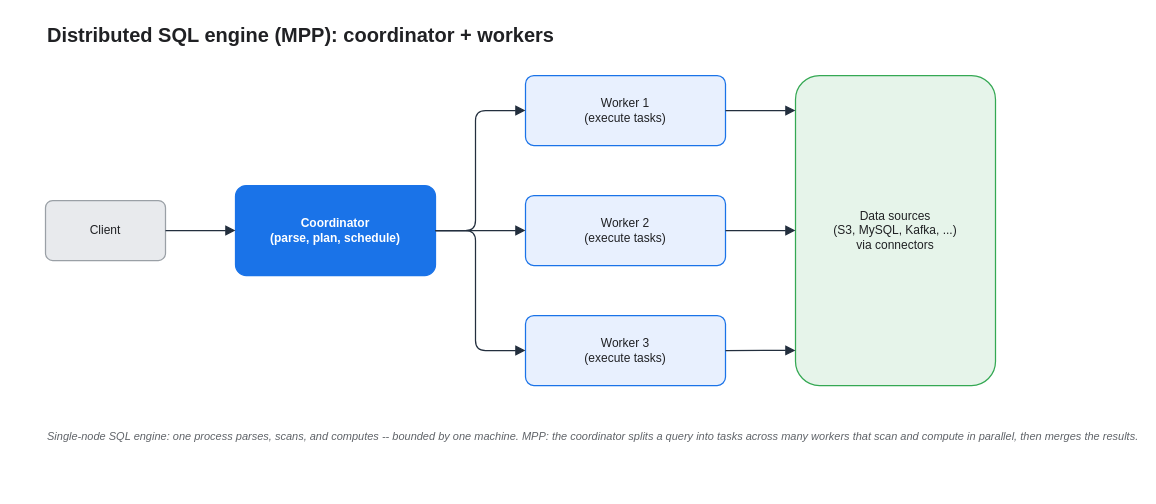
Earlier version of the draw.io diagram assets/img/aws/analytics-stack-03-distributed-sql-mpp.drawio (KKamJi98/kkamji98.github.io). Source tidied: cells renumbered, new cells numbered last; positions are measured from the earlier drawing's top-left corner, leaving out a move shared by most shapes. Both pictures are drawn from the tidied source at 100%, with x=0, y=0 at pixel (45, 19).
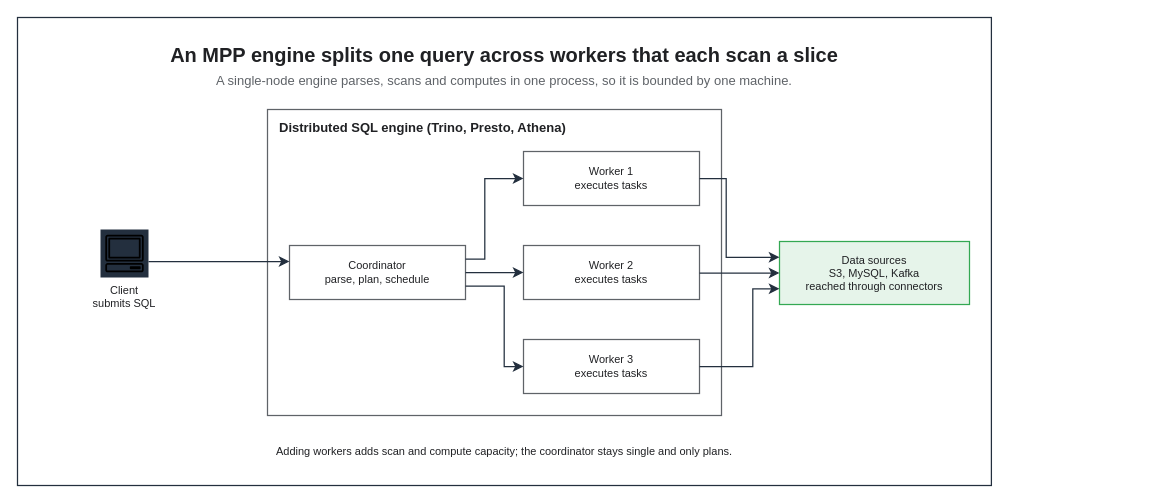
After the change.

Change to the diagram source:
```diff
@@
+    <mxCell id="17" style="rounded=0;html=0;fillColor=none;strokeColor=#232F3E;fontColor=#202124;strokeWidth=1.25;" parent="1" vertex="1">
+      <mxGeometry x="-28" y="-2" width="973.9" height="468" as="geometry" />
+    </mxCell>
-    <mxCell id="2" value="Distributed SQL engine (MPP): coordinator + workers" style="text;html=0;align=left;verticalAlign=middle;fontColor=#202124;fontStyle=1;fontSize=20;" parent="1" vertex="1">
-      <mxGeometry width="900" height="28" as="geometry" />
+    <mxCell id="2" value="An MPP engine splits one query across workers that each scan a slice" style="text;html=0;whiteSpace=wrap;fillColor=none;strokeColor=none;fontColor=#202124;fontSize=20;fontStyle=1;align=center;verticalAlign=middle;" parent="1" vertex="1">
+      <mxGeometry x="-6" y="20" width="929.9" height="30" as="geometry" />
     </mxCell>
+    <mxCell id="18" value="A single-node engine parses, scans and computes in one process, so it is bounded by one machine." style="text;html=0;whiteSpace=wrap;fillColor=none;strokeColor=none;fontColor=#5F6368;fontSize=13;fontStyle=0;align=center;verticalAlign=middle;" parent="1" vertex="1">
+      <mxGeometry x="-6" y="50" width="929.9" height="22" as="geometry" />
+    </mxCell>
+    <mxCell id="19" value="Distributed SQL engine (Trino, Presto, Athena)" style="rounded=0;whiteSpace=wrap;html=0;fillColor=none;strokeColor=#5F6368;fontColor=#202124;fontSize=13;fontStyle=1;align=left;verticalAlign=top;spacingLeft=10;spacingTop=4;strokeWidth=1.25;dashed=0;" parent="1" vertex="1">
+      <mxGeometry x="222" y="90" width="454" height="306" as="geometry" />
+    </mxCell>
-    <mxCell id="3" value="Client" style="rounded=1;whiteSpace=wrap;html=0;arcSize=12;shadow=0;fillColor=#E8EAED;strokeColor=#9AA0A6;fontColor=#202124;strokeWidth=1.25;" parent="1" vertex="1">
-      <mxGeometry y="181" width="120" height="60" as="geometry" />
+    <mxCell id="3" value="Client&#10;submits SQL" style="sketch=0;outlineConnect=0;gradientColor=none;html=0;whiteSpace=nowrap;fontSize=11;fontStyle=0;fontColor=#202124;verticalLabelPosition=bottom;verticalAlign=top;align=center;labelBackgroundColor=none;fillColor=#232F3E;strokeColor=none;dashed=0;shape=mxgraph.aws4.resourceIcon;resIcon=mxgraph.aws4.client;" parent="1" vertex="1">
+      <mxGeometry x="55" y="210" width="48" height="48" as="geometry" />
     </mxCell>
-    <mxCell id="4" value="Coordinator&#10;(parse, plan, schedule)" style="rounded=1;whiteSpace=wrap;html=0;arcSize=12;shadow=0;fillColor=#1A73E8;strokeColor=#1A73E8;fontColor=#FFFFFF;fontStyle=1;strokeWidth=1.25;" parent="1" vertex="1">
-      <mxGeometry x="190" y="166" width="200" height="90" as="geometry" />
+    <mxCell id="4" value="Coordinator&#10;parse, plan, schedule" style="rounded=0;whiteSpace=wrap;html=0;fillColor=#FFFFFF;strokeColor=#5F6368;fontColor=#202124;fontSize=11;fontStyle=0;align=center;verticalAlign=middle;spacingLeft=6;spacingRight=6;strokeWidth=1.25;" parent="1" vertex="1">
+      <mxGeometry x="244" y="226" width="176" height="54" as="geometry" />
     </mxCell>
-    <mxCell id="5" value="Worker 1&#10;(execute tasks)" style="rounded=1;whiteSpace=wrap;html=0;arcSize=12;shadow=0;fillColor=#E8F0FE;strokeColor=#1A73E8;fontColor=#202124;strokeWidth=1.25;" parent="1" vertex="1">
-      <mxGeometry x="480" y="56" width="200" height="70" as="geometry" />
+    <mxCell id="5" value="Worker 1&#10;executes tasks" style="rounded=0;whiteSpace=wrap;html=0;fillColor=#FFFFFF;strokeColor=#5F6368;fontColor=#202124;fontSize=11;fontStyle=0;align=center;verticalAlign=middle;spacingLeft=6;spacingRight=6;strokeWidth=1.25;" parent="1" vertex="1">
+      <mxGeometry x="478" y="132" width="176" height="54" as="geometry" />
     </mxCell>
-    <mxCell id="6" value="Worker 2&#10;(execute tasks)" style="rounded=1;whiteSpace=wrap;html=0;arcSize=12;shadow=0;fillColor=#E8F0FE;strokeColor=#1A73E8;fontColor=#202124;strokeWidth=1.25;" parent="1" vertex="1">
-      <mxGeometry x="480" y="176" width="200" height="70" as="geometry" />
+    <mxCell id="6" value="Worker 2&#10;executes tasks" style="rounded=0;whiteSpace=wrap;html=0;fillColor=#FFFFFF;strokeColor=#5F6368;fontColor=#202124;fontSize=11;fontStyle=0;align=center;verticalAlign=middle;spacingLeft=6;spacingRight=6;strokeWidth=1.25;" parent="1" vertex="1">
+      <mxGeometry x="478" y="226" width="176" height="54" as="geometry" />
     </mxCell>
-    <mxCell id="7" value="Worker 3&#10;(execute tasks)" style="rounded=1;whiteSpace=wrap;html=0;arcSize=12;shadow=0;fillColor=#E8F0FE;strokeColor=#1A73E8;fontColor=#202124;strokeWidth=1.25;" parent="1" vertex="1">
-      <mxGeometry x="480" y="296" width="200" height="70" as="geometry" />
+    <mxCell id="7" value="Worker 3&#10;executes tasks" style="rounded=0;whiteSpace=wrap;html=0;fillColor=#FFFFFF;strokeColor=#5F6368;fontColor=#202124;fontSize=11;fontStyle=0;align=center;verticalAlign=middle;spacingLeft=6;spacingRight=6;strokeWidth=1.25;" parent="1" vertex="1">
+      <mxGeometry x="478" y="320" width="176" height="54" as="geometry" />
     </mxCell>
-    <mxCell id="8" value="Data sources&#10;(S3, MySQL, Kafka, ...)&#10;via connectors" style="rounded=1;whiteSpace=wrap;html=0;arcSize=12;shadow=0;fillColor=#E6F4EA;strokeColor=#34A853;fontColor=#202124;strokeWidth=1.25;" parent="1" vertex="1">
-      <mxGeometry x="750" y="56" width="200" height="310" as="geometry" />
+    <mxCell id="8" value="Data sources&#10;S3, MySQL, Kafka&#10;reached through connectors" style="rounded=0;whiteSpace=wrap;html=0;fillColor=#E6F4EA;strokeColor=#34A853;fontColor=#202124;fontSize=11;fontStyle=0;align=center;verticalAlign=middle;spacingLeft=6;spacingRight=6;strokeWidth=1.25;" parent="1" vertex="1">
+      <mxGeometry x="734" y="222" width="190" height="63" as="geometry" />
     </mxCell>
+    <mxCell id="16" value="Adding workers adds scan and compute capacity; the coordinator stays single and only plans." style="text;html=0;whiteSpace=wrap;fillColor=none;strokeColor=none;fontColor=#202124;fontSize=11;fontStyle=0;align=center;verticalAlign=middle;" parent="1" vertex="1">
+      <mxGeometry x="-6" y="420" width="930" height="24" as="geometry" />
+    </mxCell>
-    <mxCell id="9" style="edgeStyle=orthogonalEdgeStyle;rounded=1;html=0;fontColor=#202124;strokeColor=#232F3E;labelBackgroundColor=none;endArrow=block;exitX=1;exitY=0.5;exitDx=0;exitDy=0;entryX=0;entryY=0.5;entryDx=0;entryDy=0;strokeWidth=1.25;endSize=7;" parent="1" edge="1" source="3" target="4">
+    <mxCell id="9" style="edgeStyle=orthogonalEdgeStyle;rounded=0;html=0;strokeColor=#232F3E;strokeWidth=1.25;endArrow=classic;endFill=1;endSize=7;fontSize=11;fontColor=#202124;labelBackgroundColor=none;jettySize=14;exitX=1;exitY=0.6667;entryX=0;entryY=0.2963;exitDx=0;exitDy=0;entryDx=0;entryDy=0;" parent="1" edge="1" source="3" target="4">
       <mxGeometry relative="1" as="geometry" />
     </mxCell>
-    <mxCell id="10" style="edgeStyle=orthogonalEdgeStyle;rounded=1;html=0;fontColor=#202124;strokeColor=#232F3E;labelBackgroundColor=none;endArrow=block;exitX=1;exitY=0.5;exitDx=0;exitDy=0;entryX=0;entryY=0.5;entryDx=0;entryDy=0;strokeWidth=1.25;endSize=7;" parent="1" edge="1" source="4" target="5">
+    <mxCell id="10" style="edgeStyle=orthogonalEdgeStyle;rounded=0;html=0;strokeColor=#232F3E;strokeWidth=1.25;endArrow=classic;endFill=1;endSize=7;fontSize=11;fontColor=#202124;labelBackgroundColor=none;jettySize=14;exitX=1;exitY=0.25;entryX=0;entryY=0.5;exitDx=0;exitDy=0;entryDx=0;entryDy=0;" parent="1" edge="1" source="4" target="5">
       <mxGeometry relative="1" as="geometry">
         <Array as="points">
-          <mxPoint x="430" y="211" />
-          <mxPoint x="430" y="91" />
+          <mxPoint x="439.3" y="239.5" />
+          <mxPoint x="439.3" y="159" />
         </Array>
       </mxGeometry>
     </mxCell>
-    <mxCell id="11" style="edgeStyle=orthogonalEdgeStyle;rounded=1;html=0;fontColor=#202124;strokeColor=#232F3E;labelBackgroundColor=none;endArrow=block;exitX=1;exitY=0.5;exitDx=0;exitDy=0;entryX=0;entryY=0.5;entryDx=0;entryDy=0;strokeWidth=1.25;endSize=7;" parent="1" edge="1" source="4" target="6">
+    <mxCell id="11" style="edgeStyle=orthogonalEdgeStyle;rounded=0;html=0;strokeColor=#232F3E;strokeWidth=1.25;endArrow=classic;endFill=1;endSize=7;fontSize=11;fontColor=#202124;labelBackgroundColor=none;jettySize=14;exitX=1;exitY=0.5;entryX=0;entryY=0.5;exitDx=0;exitDy=0;entryDx=0;entryDy=0;" parent="1" edge="1" source="4" target="6">
       <mxGeometry relative="1" as="geometry" />
     </mxCell>
-    <mxCell id="12" style="edgeStyle=orthogonalEdgeStyle;rounded=1;html=0;fontColor=#202124;strokeColor=#232F3E;labelBackgroundColor=none;endArrow=block;exitX=1;exitY=0.5;exitDx=0;exitDy=0;entryX=0;entryY=0.5;entryDx=0;entryDy=0;strokeWidth=1.25;endSize=7;" parent="1" edge="1" source="4" target="7">
+    <mxCell id="12" style="edgeStyle=orthogonalEdgeStyle;rounded=0;html=0;strokeColor=#232F3E;strokeWidth=1.25;endArrow=classic;endFill=1;endSize=7;fontSize=11;fontColor=#202124;labelBackgroundColor=none;jettySize=14;exitX=1;exitY=0.75;entryX=0;entryY=0.5;exitDx=0;exitDy=0;entryDx=0;entryDy=0;" parent="1" edge="1" source="4" target="7">
       <mxGeometry relative="1" as="geometry">
         <Array as="points">
-          <mxPoint x="430" y="211" />
-          <mxPoint x="430" y="331" />
+          <mxPoint x="458.7" y="266.5" />
+          <mxPoint x="458.7" y="347" />
         </Array>
       </mxGeometry>
     </mxCell>
-    <mxCell id="13" style="edgeStyle=orthogonalEdgeStyle;rounded=1;html=0;fontColor=#202124;strokeColor=#232F3E;labelBackgroundColor=none;endArrow=block;exitX=1;exitY=0.5;exitDx=0;exitDy=0;entryX=0;entryY=0.113;entryDx=0;entryDy=0;strokeWidth=1.25;endSize=7;" parent="1" edge="1" source="5" target="8">
-      <mxGeometry relative="1" as="geometry" />
+    <mxCell id="13" style="edgeStyle=orthogonalEdgeStyle;rounded=0;html=0;strokeColor=#232F3E;strokeWidth=1.25;endArrow=classic;endFill=1;endSize=7;fontSize=11;fontColor=#202124;labelBackgroundColor=none;jettySize=14;exitX=1;exitY=0.5;entryX=0;entryY=0.25;exitDx=0;exitDy=0;entryDx=0;entryDy=0;" parent="1" edge="1" source="5" target="8">
+      <mxGeometry relative="1" as="geometry">
+        <Array as="points">
+          <mxPoint x="680.7" y="159" />
+          <mxPoint x="680.7" y="237.8" />
+        </Array>
+      </mxGeometry>
     </mxCell>
-    <mxCell id="14" style="edgeStyle=orthogonalEdgeStyle;rounded=1;html=0;fontColor=#202124;strokeColor=#232F3E;labelBackgroundColor=none;endArrow=block;exitX=1;exitY=0.5;exitDx=0;exitDy=0;entryX=0;entryY=0.5;entryDx=0;entryDy=0;strokeWidth=1.25;endSize=7;" parent="1" edge="1" source="6" target="8">
+    <mxCell id="14" style="edgeStyle=orthogonalEdgeStyle;rounded=0;html=0;strokeColor=#232F3E;strokeWidth=1.25;endArrow=classic;endFill=1;endSize=7;fontSize=11;fontColor=#202124;labelBackgroundColor=none;jettySize=14;exitX=1;exitY=0.5093;entryX=0;entryY=0.5;exitDx=0;exitDy=0;entryDx=0;entryDy=0;" parent="1" edge="1" source="6" target="8">
       <mxGeometry relative="1" as="geometry" />
     </mxCell>
-    <mxCell id="15" style="edgeStyle=orthogonalEdgeStyle;rounded=1;html=0;fontColor=#202124;strokeColor=#232F3E;labelBackgroundColor=none;endArrow=block;exitX=1;exitY=0.5;exitDx=0;exitDy=0;entryX=0;entryY=0.887;entryDx=0;entryDy=0;strokeWidth=1.25;endSize=7;" parent="1" edge="1" source="7" target="8">
-      <mxGeometry relative="1" as="geometry" />
+    <mxCell id="15" style="edgeStyle=orthogonalEdgeStyle;rounded=0;html=0;strokeColor=#232F3E;strokeWidth=1.25;endArrow=classic;endFill=1;endSize=7;fontSize=11;fontColor=#202124;labelBackgroundColor=none;jettySize=14;exitX=1;exitY=0.5;entryX=0;entryY=0.75;exitDx=0;exitDy=0;entryDx=0;entryDy=0;" parent="1" edge="1" source="7" target="8">
+      <mxGeometry relative="1" as="geometry">
+        <Array as="points">
+          <mxPoint x="707.3" y="347" />
+          <mxPoint x="707.3" y="269.2" />
+        </Array>
+      </mxGeometry>
     </mxCell>
-    <mxCell id="16" value="Single-node SQL engine: one process parses, scans, and computes -- bounded by one machine.   MPP: the coordinator splits a query into tasks across many workers that scan and compute in parallel, then merges the results." style="text;html=0;align=left;verticalAlign=middle;fontColor=#5F6368;fontStyle=2;fontSize=11;" parent="1" vertex="1">
-      <mxGeometry y="396" width="930" height="40" as="geometry" />
-    </mxCell>
```
